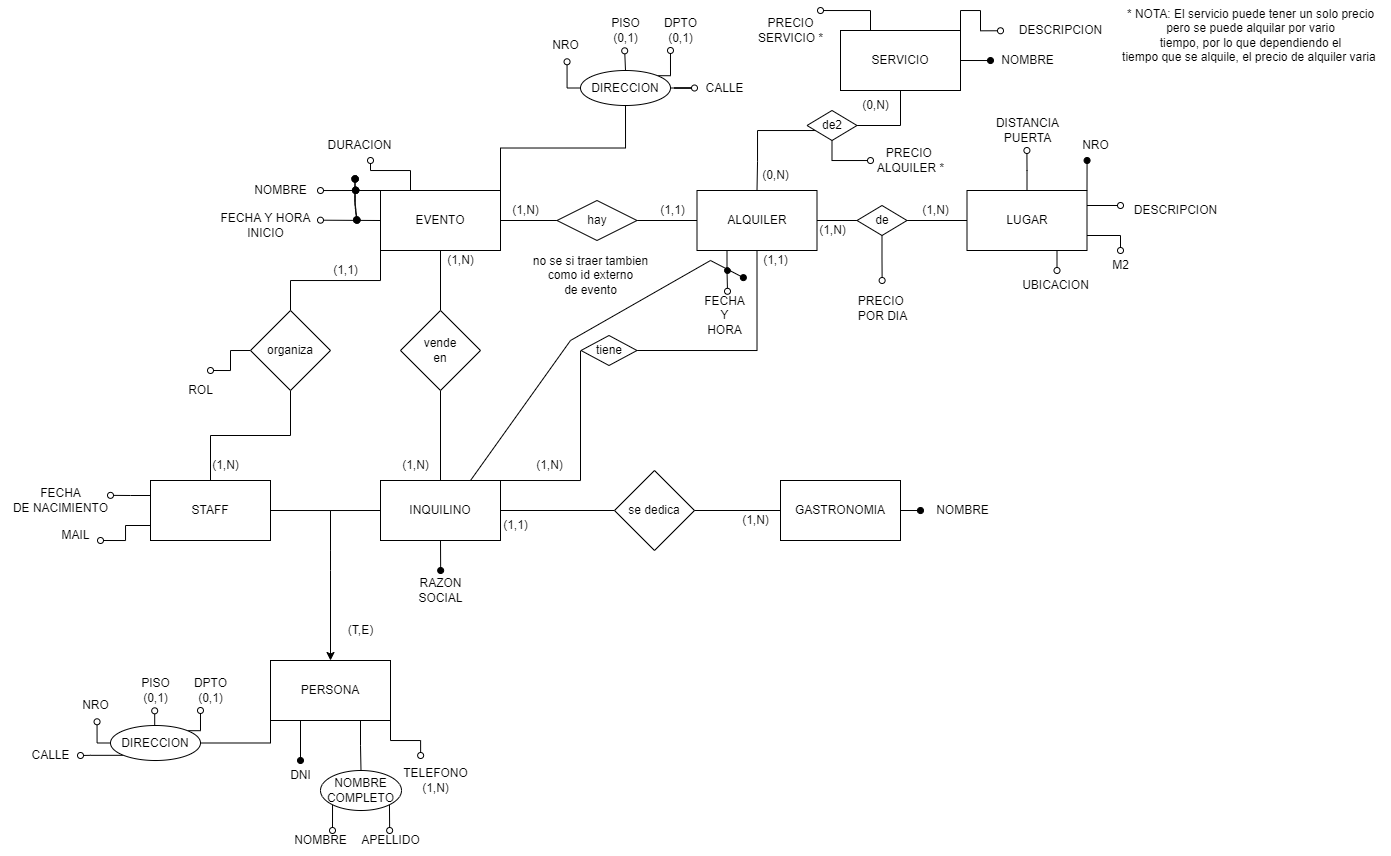
This is PRACTICA 2/Parte1/Ejercicio8/Ejercicio8-conceptual.png from agusrnfr/DBD, a draw.io export, as it was before one commit. Source tidied: cells renumbered, new cells last; positions are measured from the earlier drawing's top-left corner, leaving out a move shared by most shapes.
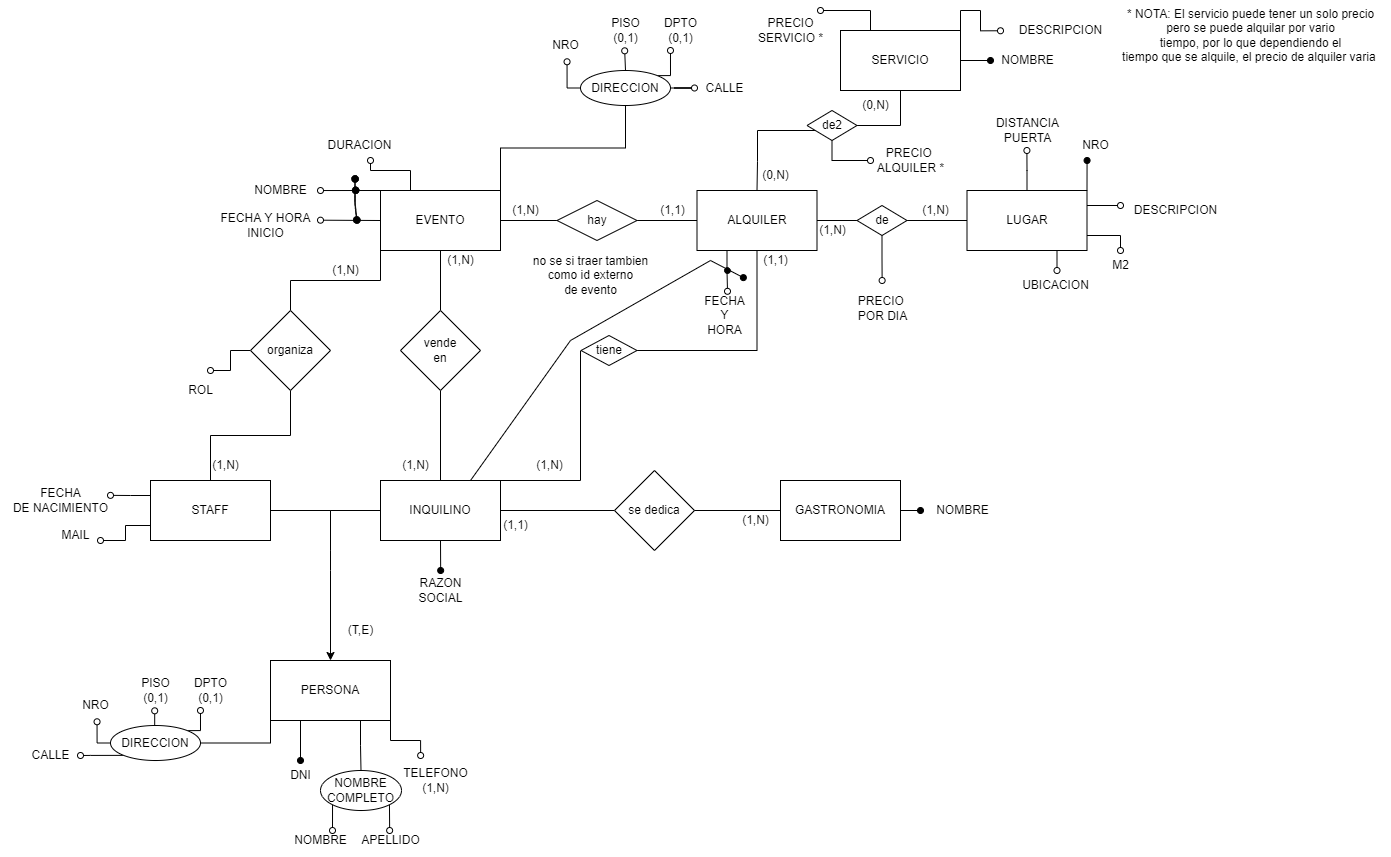
After the change.

Diff of the diagram source:
```diff
@@ -401,7 +401,7 @@
     <mxCell id="110" value="(1,N)" style="text;html=1;align=center;verticalAlign=middle;strokeColor=none;fillColor=none;" parent="1" vertex="1">
       <mxGeometry x="200" y="450" width="50" height="30" as="geometry" />
     </mxCell>
-    <mxCell id="111" value="(1,1)" style="text;html=1;align=center;verticalAlign=middle;strokeColor=none;fillColor=none;" parent="1" vertex="1">
+    <mxCell id="111" value="(1,N)" style="text;html=1;align=center;verticalAlign=middle;strokeColor=none;fillColor=none;" parent="1" vertex="1">
       <mxGeometry x="320" y="255" width="50" height="30" as="geometry" />
     </mxCell>
     <mxCell id="112" value="(1,N)" style="text;html=1;align=center;verticalAlign=middle;strokeColor=none;fillColor=none;" parent="1" vertex="1">
```
